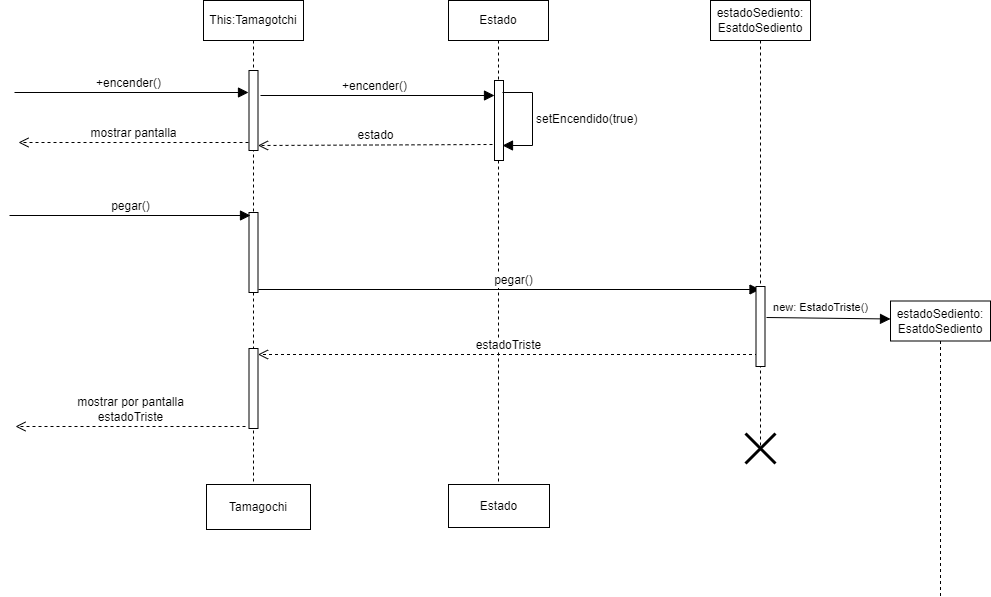
lautaro2034/pr2 keeps this draw.io diagram as tp2-tamagochi/tamagochi-tamagochi-sediento.drawio.png. Above is the earlier version. Source tidied: cells renumbered, new cells last; positions are measured from the earlier drawing's top-left corner, leaving out a move shared by most shapes.
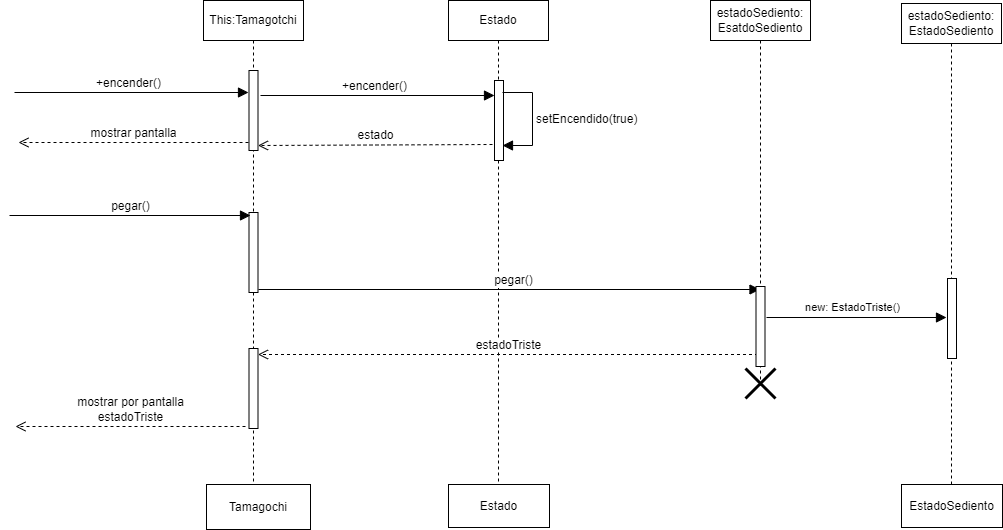
The same file after the commit.

Change to the diagram source:
```diff
@@ -86,11 +86,14 @@
       </mxGeometry>
     </mxCell>
     <mxCell id="18" value="estadoSediento:&lt;br&gt;EsatdoSediento" style="shape=umlLifeline;perimeter=lifelinePerimeter;whiteSpace=wrap;html=1;newEdgeStyle={&quot;curved&quot;:0,&quot;rounded&quot;:0};" parent="1" vertex="1">
-      <mxGeometry x="701" width="100" height="446" as="geometry" />
+      <mxGeometry x="701" width="100" height="385" as="geometry" />
     </mxCell>
     <mxCell id="19" style="html=1;perimeter=orthogonalPerimeter;targetShapes=umlLifeline;newEdgeStyle={&quot;curved&quot;:0,&quot;rounded&quot;:0};" parent="18" vertex="1">
       <mxGeometry x="45.5" y="286" width="9" height="80" as="geometry" />
     </mxCell>
+    <mxCell id="22" style="shape=umlDestroy;whiteSpace=wrap;html=1;strokeWidth=3;targetShapes=umlLifeline;" parent="18" vertex="1">
+      <mxGeometry x="35" y="368" width="30" height="30" as="geometry" />
+    </mxCell>
     <mxCell id="20" style="html=1;verticalAlign=bottom;endArrow=block;curved=0;rounded=0;fontSize=12;startSize=8;endSize=8;" parent="1" edge="1">
       <mxGeometry x="-0.03" relative="1" as="geometry">
         <mxPoint y="215" as="sourcePoint" />
@@ -106,15 +109,16 @@
         <mxPoint x="-4" y="-8" as="offset" />
       </mxGeometry>
     </mxCell>
-    <mxCell id="22" style="shape=umlDestroy;whiteSpace=wrap;html=1;strokeWidth=3;targetShapes=umlLifeline;" parent="1" vertex="1">
-      <mxGeometry x="736" y="433" width="30" height="30" as="geometry" />
-    </mxCell>
-    <mxCell id="23" value="estadoSediento:&lt;br&gt;EsatdoSediento" style="shape=umlLifeline;perimeter=lifelinePerimeter;whiteSpace=wrap;html=1;outlineConnect=0;portConstraint=eastwest;newEdgeStyle={&quot;curved&quot;:0,&quot;rounded&quot;:0};" parent="1" vertex="1">
-      <mxGeometry x="881" y="300.5" width="100" height="295" as="geometry" />
+    <mxCell id="23" value="estadoSediento:&lt;br&gt;EstadoSediento" style="shape=umlLifeline;perimeter=lifelinePerimeter;whiteSpace=wrap;html=1;outlineConnect=0;portConstraint=eastwest;newEdgeStyle={&quot;curved&quot;:0,&quot;rounded&quot;:0};" parent="1" vertex="1">
+      <mxGeometry x="892" y="3" width="100" height="509" as="geometry" />
     </mxCell>
+    <mxCell id="27" style="html=1;perimeter=orthogonalPerimeter;targetShapes=umlLifeline;newEdgeStyle={&quot;curved&quot;:0,&quot;rounded&quot;:0};" parent="23" vertex="1">
+      <mxGeometry x="46" y="275" width="9" height="80" as="geometry" />
+    </mxCell>
-    <mxCell id="24" style="html=1;verticalAlign=bottom;endArrow=block;curved=0;rounded=0;fontSize=12;startSize=8;endSize=8;entryX=0;entryY=0.061;entryDx=0;entryDy=0;entryPerimeter=0;" parent="1" edge="1" target="23">
+    <mxCell id="24" style="html=1;verticalAlign=bottom;endArrow=block;curved=0;rounded=0;fontSize=12;startSize=8;endSize=8;" parent="1" edge="1">
       <mxGeometry x="-0.03" relative="1" as="geometry">
         <mxPoint x="757" y="317" as="sourcePoint" />
+        <mxPoint x="937" y="317" as="targetPoint" />
         <Array as="points">
           <mxPoint x="757" y="317" />
         </Array>
@@ -132,5 +136,8 @@
         <mxPoint x="6" y="426" as="targetPoint" />
       </mxGeometry>
     </mxCell>
+    <mxCell id="28" value="EstadoSediento" style="html=1;whiteSpace=wrap;" parent="1" vertex="1">
+      <mxGeometry x="892" y="484" width="101" height="43" as="geometry" />
+    </mxCell>
   </root>
 </mxGraphModel>
```
